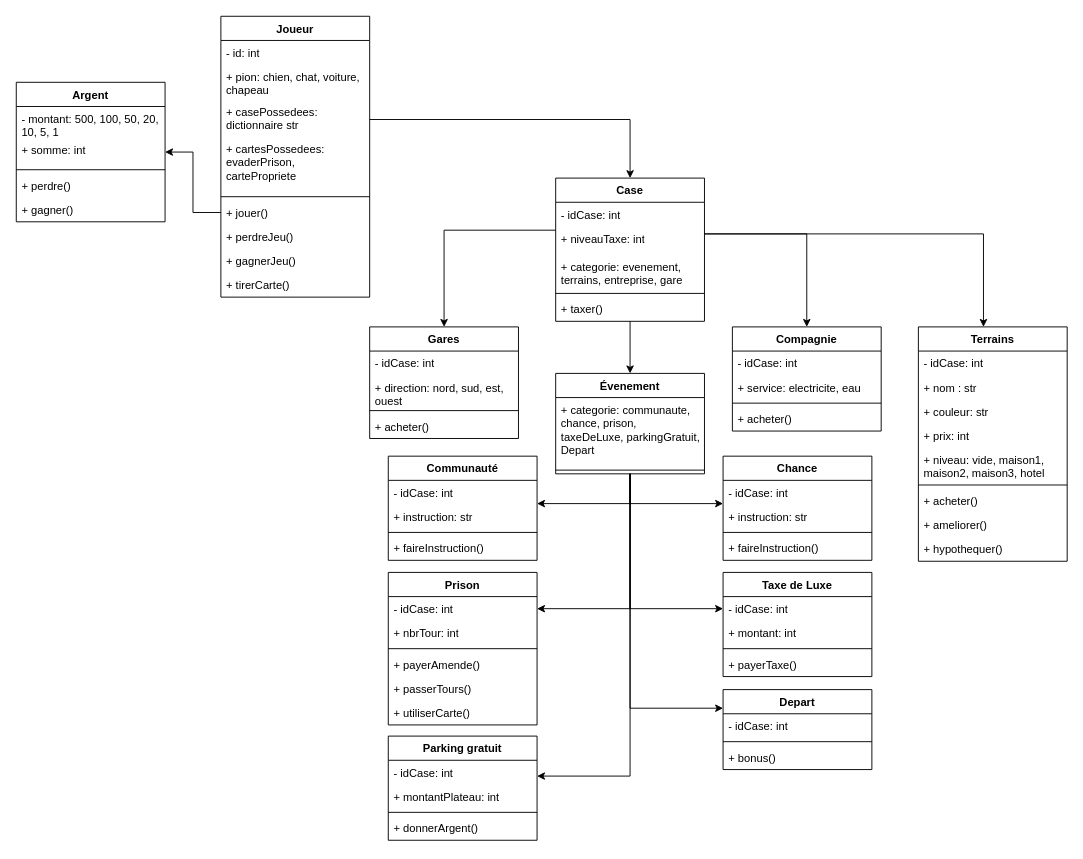
Davidbld/CPP-Monopoly keeps this draw.io diagram as DiagMonopoly.drawio. Above is the earlier version. Source tidied: cells renumbered, new cells numbered last; positions are measured from the earlier drawing's top-left corner, leaving out a move shared by most shapes. Both pictures are drawn from the tidied source at 93%, with x=0, y=0 at pixel (16, 16).
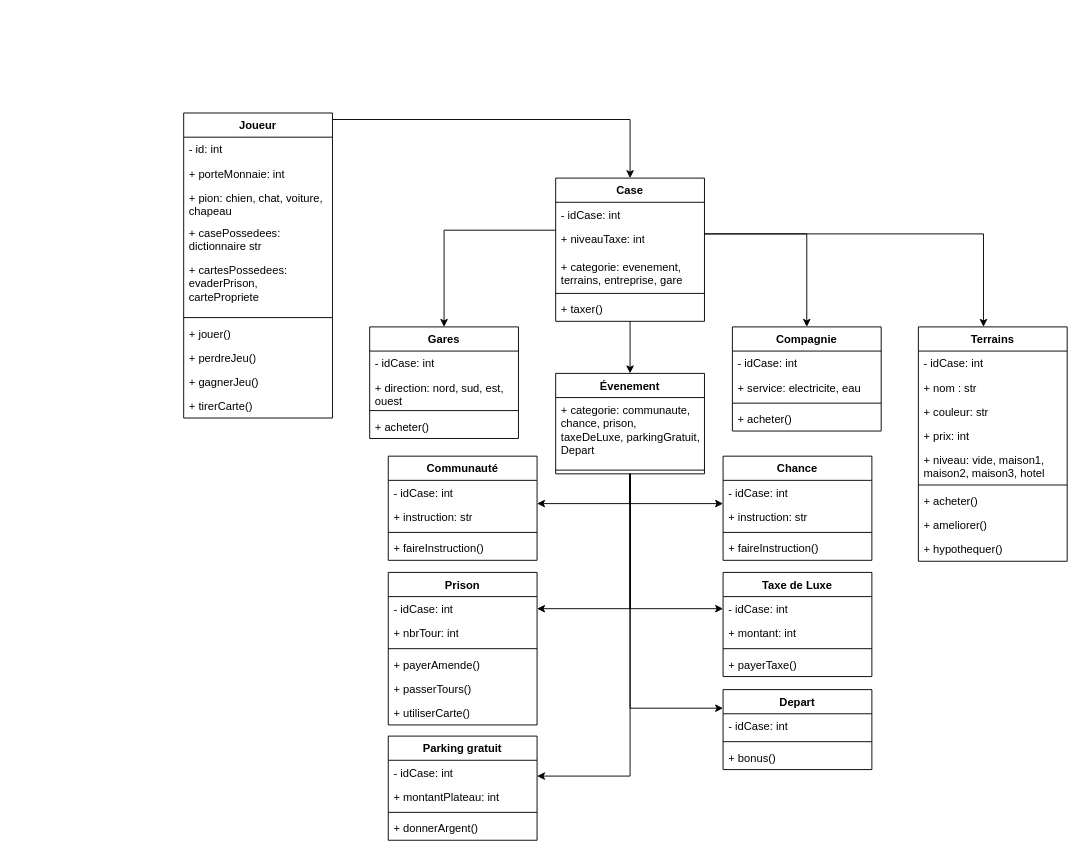
The same diagram, later.

What changed in the source:
```diff
@@
-    <mxCell id="12" value="Argent" style="swimlane;fontStyle=1;align=center;verticalAlign=top;horizontal=1;startSize=26;whiteSpace=wrap;html=1;" parent="1" vertex="1">
-      <mxGeometry y="71" width="160" height="150" as="geometry" />
-    </mxCell>
-    <mxCell id="13" value="- montant: 500, 100, 50, 20, 10, 5, 1" style="text;strokeColor=none;fillColor=none;align=left;verticalAlign=top;spacingLeft=4;spacingRight=4;overflow=hidden;whiteSpace=wrap;html=1;" parent="12" vertex="1">
-      <mxGeometry y="26" width="160" height="34" as="geometry" />
-    </mxCell>
-    <mxCell id="14" value="+ somme: int" style="text;strokeColor=none;fillColor=none;align=left;verticalAlign=top;spacingLeft=4;spacingRight=4;overflow=hidden;whiteSpace=wrap;html=1;" parent="12" vertex="1">
-      <mxGeometry y="60" width="160" height="30" as="geometry" />
-    </mxCell>
-    <mxCell id="15" style="line;strokeWidth=1;fillColor=none;align=left;verticalAlign=middle;spacingTop=-1;spacingLeft=3;spacingRight=3;labelPosition=right;strokeColor=inherit;" parent="12" vertex="1">
-      <mxGeometry y="90" width="160" height="8" as="geometry" />
-    </mxCell>
-    <mxCell id="16" value="&lt;div&gt;+ perdre()&lt;/div&gt;" style="text;strokeColor=none;fillColor=none;align=left;verticalAlign=top;spacingLeft=4;spacingRight=4;overflow=hidden;whiteSpace=wrap;html=1;" parent="12" vertex="1">
-      <mxGeometry y="98" width="160" height="26" as="geometry" />
-    </mxCell>
-    <mxCell id="17" value="&lt;div&gt;+ gagner()&lt;/div&gt;" style="text;strokeColor=none;fillColor=none;align=left;verticalAlign=top;spacingLeft=4;spacingRight=4;overflow=hidden;whiteSpace=wrap;html=1;" parent="12" vertex="1">
-      <mxGeometry y="124" width="160" height="26" as="geometry" />
-    </mxCell>
@@
     <mxCell id="19" value="Joueur" style="swimlane;fontStyle=1;align=center;verticalAlign=top;horizontal=1;startSize=26;whiteSpace=wrap;html=1;" parent="1" vertex="1">
-      <mxGeometry x="220" width="160" height="302" as="geometry" />
+      <mxGeometry x="180" y="104" width="160" height="328" as="geometry" />
     </mxCell>
@@
+    <mxCell id="90" value="+ porteMonnaie: int" style="text;strokeColor=none;fillColor=none;align=left;verticalAlign=top;spacingLeft=4;spacingRight=4;overflow=hidden;whiteSpace=wrap;html=1;" parent="19" vertex="1">
+      <mxGeometry y="52" width="160" height="26" as="geometry" />
+    </mxCell>
     <mxCell id="21" value="+ pion: chien, chat, voiture, chapeau" style="text;strokeColor=none;fillColor=none;align=left;verticalAlign=top;spacingLeft=4;spacingRight=4;overflow=hidden;whiteSpace=wrap;html=1;" parent="19" vertex="1">
-      <mxGeometry y="52" width="160" height="38" as="geometry" />
+      <mxGeometry y="78" width="160" height="38" as="geometry" />
     </mxCell>
     <mxCell id="22" value="+ casePossedees: dictionnaire str" style="text;strokeColor=none;fillColor=none;align=left;verticalAlign=top;spacingLeft=4;spacingRight=4;overflow=hidden;whiteSpace=wrap;html=1;" parent="19" vertex="1">
-      <mxGeometry y="90" width="160" height="40" as="geometry" />
+      <mxGeometry y="116" width="160" height="40" as="geometry" />
     </mxCell>
     <mxCell id="23" value="+ cartesPossedees: evaderPrison, cartePropriete" style="text;strokeColor=none;fillColor=none;align=left;verticalAlign=top;spacingLeft=4;spacingRight=4;overflow=hidden;whiteSpace=wrap;html=1;" parent="19" vertex="1">
-      <mxGeometry y="130" width="160" height="60" as="geometry" />
+      <mxGeometry y="156" width="160" height="60" as="geometry" />
     </mxCell>
     <mxCell id="24" style="line;strokeWidth=1;fillColor=none;align=left;verticalAlign=middle;spacingTop=-1;spacingLeft=3;spacingRight=3;labelPosition=right;strokeColor=inherit;" parent="19" vertex="1">
-      <mxGeometry y="190" width="160" height="8" as="geometry" />
+      <mxGeometry y="216" width="160" height="8" as="geometry" />
     </mxCell>
     <mxCell id="25" value="+ jouer()" style="text;strokeColor=none;fillColor=none;align=left;verticalAlign=top;spacingLeft=4;spacingRight=4;overflow=hidden;points=[[0,0.5],[1,0.5]];portConstraint=eastwest;whiteSpace=wrap;html=1;" parent="19" vertex="1">
-      <mxGeometry y="198" width="160" height="26" as="geometry" />
+      <mxGeometry y="224" width="160" height="26" as="geometry" />
     </mxCell>
     <mxCell id="26" value="+ perdreJeu()" style="text;strokeColor=none;fillColor=none;align=left;verticalAlign=top;spacingLeft=4;spacingRight=4;overflow=hidden;whiteSpace=wrap;html=1;" parent="19" vertex="1">
-      <mxGeometry y="224" width="160" height="26" as="geometry" />
+      <mxGeometry y="250" width="160" height="26" as="geometry" />
     </mxCell>
     <mxCell id="27" value="+ gagnerJeu()" style="text;strokeColor=none;fillColor=none;align=left;verticalAlign=top;spacingLeft=4;spacingRight=4;overflow=hidden;whiteSpace=wrap;html=1;" parent="19" vertex="1">
-      <mxGeometry y="250" width="160" height="26" as="geometry" />
+      <mxGeometry y="276" width="160" height="26" as="geometry" />
     </mxCell>
     <mxCell id="28" value="+ tirerCarte()" style="text;strokeColor=none;fillColor=none;align=left;verticalAlign=top;spacingLeft=4;spacingRight=4;overflow=hidden;whiteSpace=wrap;html=1;" parent="19" vertex="1">
-      <mxGeometry y="276" width="160" height="26" as="geometry" />
+      <mxGeometry y="302" width="160" height="26" as="geometry" />
     </mxCell>
@@
-    <mxCell id="85" style="edgeStyle=orthogonalEdgeStyle;rounded=0;jettySize=auto;html=1;" parent="1" edge="1" source="25" target="12">
-      <mxGeometry relative="1" as="geometry" />
-    </mxCell>
```
